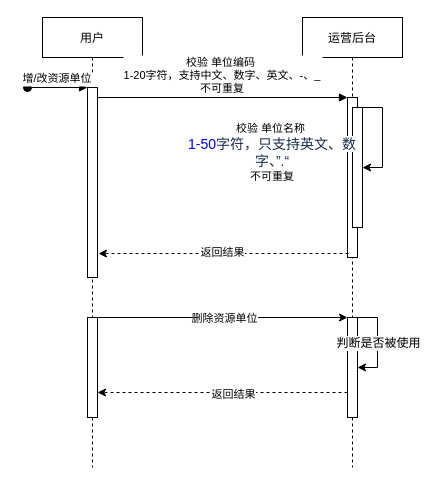
This is page "资源管理-流程" (1 of 3) of Untitled Diagram.drawio from MainListActivity/demo, a draw.io file, before an edit. Source tidied: cells renumbered, new cells numbered last; positions are measured from the earlier drawing's top-left corner, leaving out a move shared by most shapes. Both pictures are drawn from the tidied source at 100%, with x=0, y=0 at pixel (27, 17).
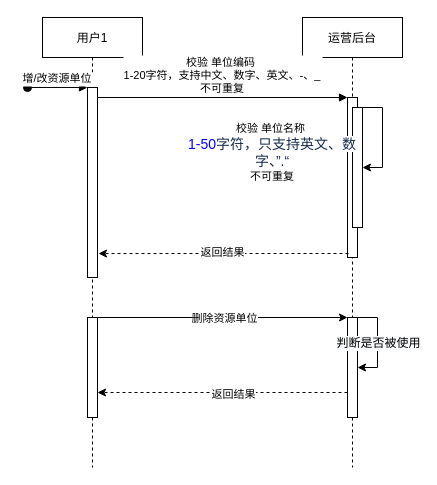
Above is the later version.

What changed in the source:
```diff
@@
-    <mxCell id="2" value="用户" style="shape=umlLifeline;perimeter=lifelinePerimeter;rounded=0;shadow=0;strokeWidth=1;" parent="1" vertex="1">
+    <mxCell id="2" value="用户1" style="shape=umlLifeline;perimeter=lifelinePerimeter;rounded=0;shadow=0;strokeWidth=1;" parent="1" vertex="1">
       <mxGeometry x="15" width="100" height="450" as="geometry" />
     </mxCell>
```
